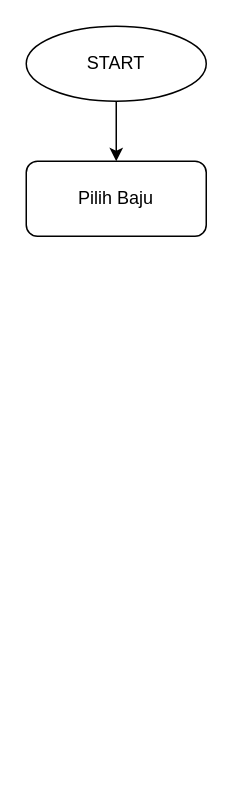
The draw.io diagram flowchart.drawio in forentinasujayanti/forentina_sujayanti-kalkulator_kasir_baju, before the edit. Source tidied: cells renumbered, new cells numbered last; positions are measured from the earlier drawing's top-left corner, leaving out a move shared by most shapes. Both pictures are drawn from the tidied source at 150%, with x=0, y=0 at pixel (26, 26).
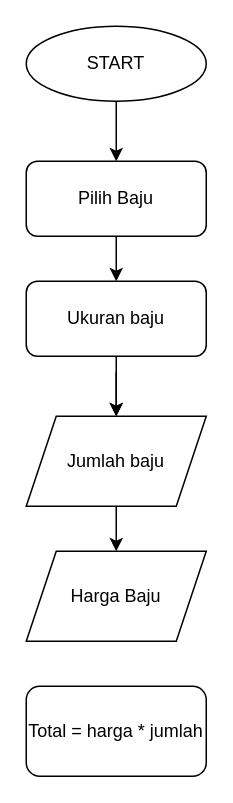
The same diagram, later.

Commit message:
Perhitungan variabel jumlah, harga, dan total pembelian baju

Change to the diagram source:
```diff
@@
 <mxGraphModel>
   <root>
     <mxCell id="0" />
     <mxCell id="1" parent="0" />
     <mxCell id="2" style="edgeStyle=none;html=1;" parent="1" edge="1" source="3" target="4">
       <mxGeometry relative="1" as="geometry" />
     </mxCell>
     <mxCell id="3" value="START" style="ellipse;whiteSpace=wrap;html=1;" parent="1" vertex="1">
       <mxGeometry width="120" height="50" as="geometry" />
     </mxCell>
+    <mxCell id="5" style="edgeStyle=none;html=1;" parent="1" edge="1" source="4">
+      <mxGeometry relative="1" as="geometry">
+        <mxPoint x="60" y="170" as="targetPoint" />
+      </mxGeometry>
+    </mxCell>
     <mxCell id="4" value="Pilih Baju" style="rounded=1;whiteSpace=wrap;html=1;" parent="1" vertex="1">
       <mxGeometry y="90" width="120" height="50" as="geometry" />
     </mxCell>
+    <mxCell id="6" style="edgeStyle=none;html=1;" parent="1" edge="1" target="8">
+      <mxGeometry relative="1" as="geometry">
+        <mxPoint x="60" y="230" as="sourcePoint" />
+      </mxGeometry>
+    </mxCell>
+    <mxCell id="7" style="edgeStyle=none;html=1;" parent="1" edge="1" source="8" target="9">
+      <mxGeometry relative="1" as="geometry" />
+    </mxCell>
+    <mxCell id="8" value="Jumlah baju" style="shape=parallelogram;perimeter=parallelogramPerimeter;whiteSpace=wrap;html=1;fixedSize=1;" parent="1" vertex="1">
+      <mxGeometry y="260" width="120" height="60" as="geometry" />
+    </mxCell>
+    <mxCell id="9" value="Harga Baju" style="shape=parallelogram;perimeter=parallelogramPerimeter;whiteSpace=wrap;html=1;fixedSize=1;" parent="1" vertex="1">
+      <mxGeometry y="350" width="120" height="60" as="geometry" />
+    </mxCell>
+    <mxCell id="10" value="Total = harga * jumlah" style="rounded=1;whiteSpace=wrap;html=1;" parent="1" vertex="1">
+      <mxGeometry y="440" width="120" height="60" as="geometry" />
+    </mxCell>
+    <mxCell id="11" style="edgeStyle=none;html=1;" parent="1" edge="1" source="12" target="8">
+      <mxGeometry relative="1" as="geometry" />
+    </mxCell>
+    <mxCell id="12" value="Ukuran baju" style="rounded=1;whiteSpace=wrap;html=1;" parent="1" vertex="1">
+      <mxGeometry y="170" width="120" height="50" as="geometry" />
+    </mxCell>
   </root>
 </mxGraphModel>
```
